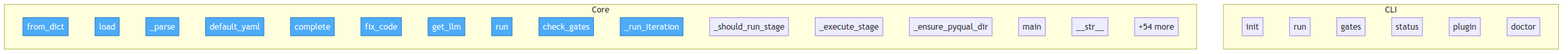
Before: project/flow.png, a diagram exported from Mermaid (semcod/pyqual). Its source is kept beside it as project/flow.mmd.
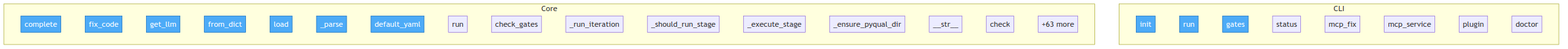
After the change.

Change to the diagram source:
```diff
@@ -7,27 +7,29 @@
         pyqual__cli__run["run"]
         pyqual__cli__gates["gates"]
         pyqual__cli__status["status"]
+        pyqual__cli__mcp_fix["mcp_fix"]
+        pyqual__cli__mcp_service["mcp_service"]
         pyqual__cli__plugin["plugin"]
         pyqual__cli__doctor["doctor"]
     end
 
     subgraph Core
+        pyqual__llm__LLM__complete["complete"]
+        pyqual__llm__LLM__fix_code["fix_code"]
+        pyqual__llm__get_llm["get_llm"]
         pyqual__config__GateConfig__from_dict["from_dict"]
         pyqual__config__PyqualConfig__load["load"]
         pyqual__config__PyqualConfig___parse["_parse"]
         pyqual__config__PyqualConfig__default_yaml["default_yaml"]
-        pyqual__llm__LLM__complete["complete"]
-        pyqual__llm__LLM__fix_code["fix_code"]
-        pyqual__llm__get_llm["get_llm"]
         pyqual__pipeline__Pipeline__run["run"]
         pyqual__pipeline__Pipeline__check_gates["check_gates"]
         pyqual__pipeline__Pipeline___run_iteration["_run_iteration"]
         pyqual__pipeline__Pipeline___should_run_stage["_should_run_stage"]
         pyqual__pipeline__Pipeline___execute_stage["_execute_stage"]
         pyqual__pipeline__Pipeline___ensure_pyqual_dir["_ensure_pyqual_dir"]
-        pyqual__integrations__llx_mcp_service__main["main"]
         pyqual__gates__GateResult____str__["__str__"]
-        ...["+54 more"]
+        pyqual__gates__Gate__check["check"]
+        ...["+63 more"]
     end
 
-    class pyqual__config__GateConfig__from_dict,pyqual__config__PyqualConfig__load,pyqual__config__PyqualConfig___parse,pyqual__config__PyqualConfig__default_yaml,pyqual__llm__LLM__complete,pyqual__llm__LLM__fix_code,pyqual__llm__get_llm,pyqual__pipeline__Pipeline__run,pyqual__pipeline__Pipeline__check_gates,pyqual__pipeline__Pipeline___run_iteration entry
+    class pyqual__llm__LLM__complete,pyqual__llm__LLM__fix_code,pyqual__llm__get_llm,pyqual__config__GateConfig__from_dict,pyqual__config__PyqualConfig__load,pyqual__config__PyqualConfig___parse,pyqual__config__PyqualConfig__default_yaml,pyqual__cli__init,pyqual__cli__run,pyqual__cli__gates entry
```
